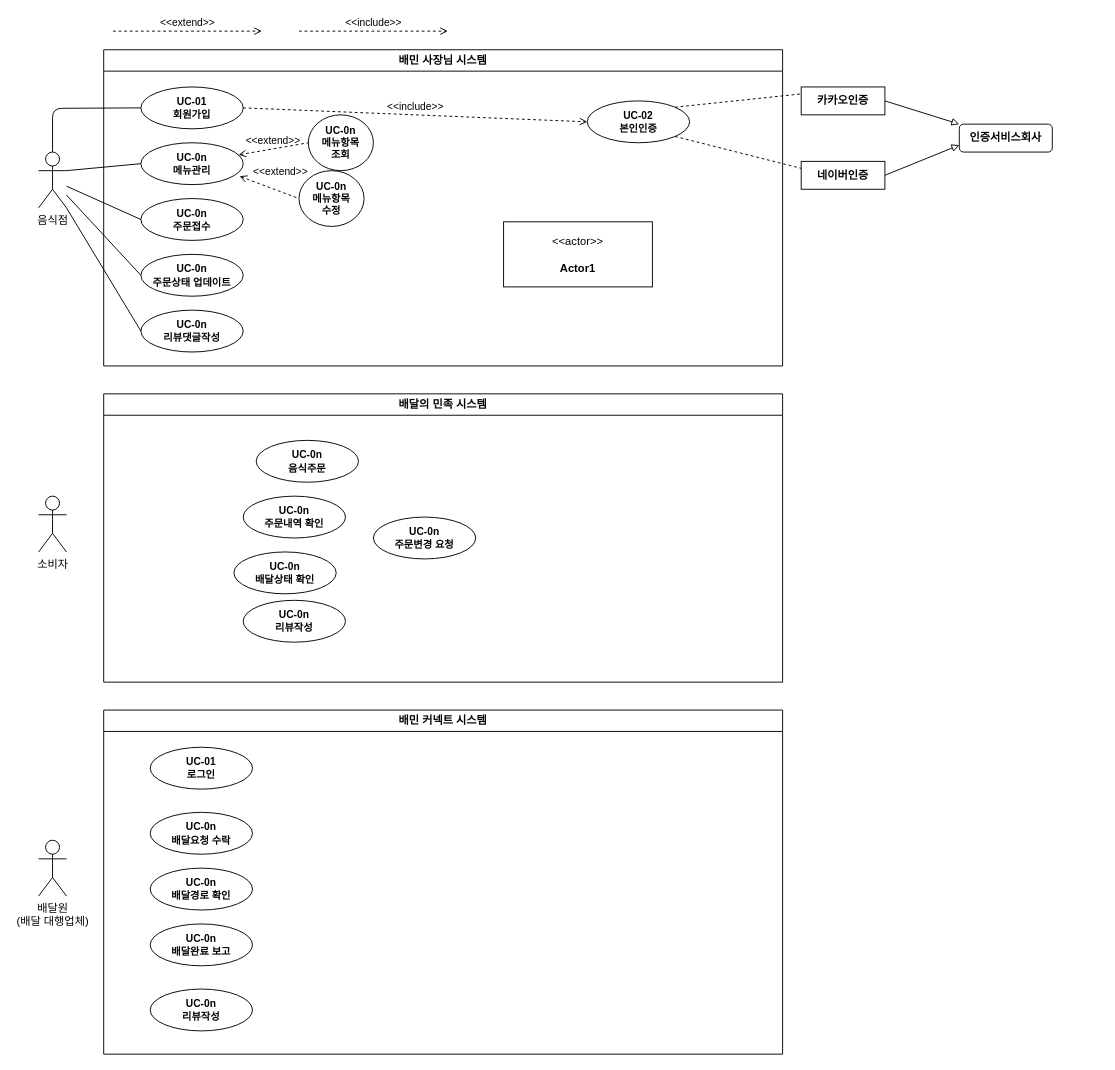
The draw.io diagram 소웨공 기말.drawio in hyun10144/Lecture3-1, before the edit. Source tidied: cells renumbered, new cells numbered last; positions are measured from the earlier drawing's top-left corner, leaving out a move shared by most shapes. Both pictures are drawn from the tidied source at 93%, with x=0, y=0 at pixel (38, 31).
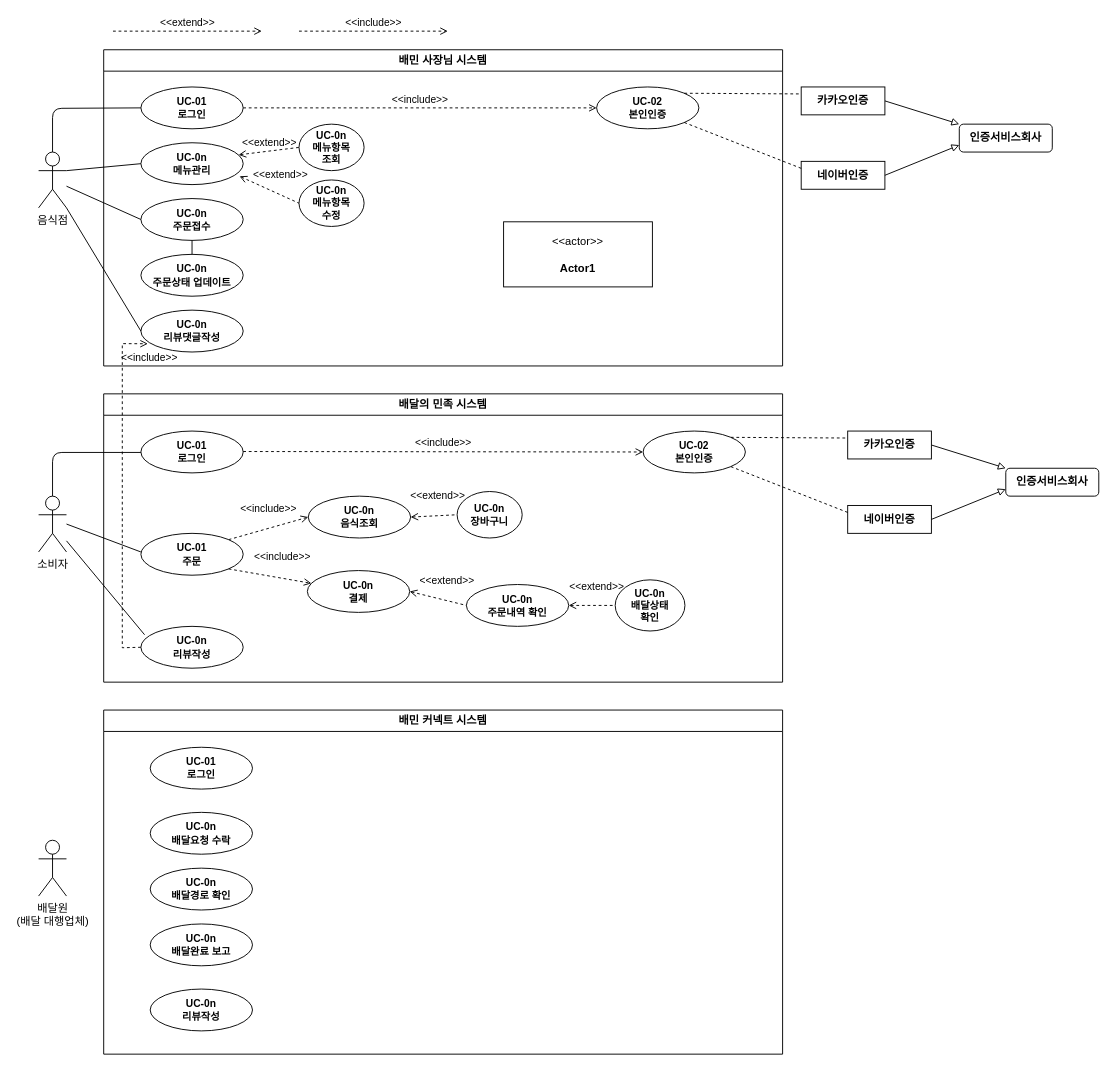
After the change.

Commit message (it also covers changes not shown here):
소웨공 기말.drawio 업데이트

The change refers to these unchanged cells:
```xml
<mxCell id="2" value="배민 사장님 시스템" style="swimlane;whiteSpace=wrap;html=1;" parent="1" vertex="1">
  <mxGeometry x="70" y="20" width="730" height="340" as="geometry" />
</mxCell>
<mxCell id="5" value="&lt;div&gt;&lt;b&gt;UC-0n&lt;/b&gt;&lt;/div&gt;&lt;b&gt;주문접수&lt;/b&gt;" style="ellipse;whiteSpace=wrap;html=1;fontFamily=Helvetica;fontSize=11;fontColor=default;labelBackgroundColor=default;" parent="2" vertex="1">
  <mxGeometry x="40" y="160" width="110" height="45" as="geometry" />
</mxCell>
<mxCell id="6" value="&lt;div&gt;&lt;b&gt;UC-0n&lt;/b&gt;&lt;/div&gt;&lt;b&gt;주문상태 업데이트&lt;/b&gt;" style="ellipse;whiteSpace=wrap;html=1;fontFamily=Helvetica;fontSize=11;fontColor=default;labelBackgroundColor=default;" parent="2" vertex="1">
  <mxGeometry x="40" y="220" width="110" height="45" as="geometry" />
</mxCell>
<mxCell id="8" value="&lt;div&gt;&lt;b&gt;UC-0n&lt;/b&gt;&lt;/div&gt;&lt;b&gt;리뷰댓글작성&lt;/b&gt;" style="ellipse;whiteSpace=wrap;html=1;fontFamily=Helvetica;fontSize=11;fontColor=default;labelBackgroundColor=default;" parent="2" vertex="1">
  <mxGeometry x="40" y="280" width="110" height="45" as="geometry" />
</mxCell>
<mxCell id="15" value="소비자" style="shape=umlActor;verticalLabelPosition=bottom;verticalAlign=top;html=1;outlineConnect=0;" parent="1" vertex="1">
  <mxGeometry y="500" width="30" height="60" as="geometry" />
</mxCell>
<mxCell id="17" value="음식점" style="shape=umlActor;verticalLabelPosition=bottom;verticalAlign=top;html=1;outlineConnect=0;" parent="1" vertex="1">
  <mxGeometry y="130" width="30" height="60" as="geometry" />
</mxCell>
<mxCell id="33" value="배달의 민족 시스템" style="swimlane;whiteSpace=wrap;html=1;" parent="1" vertex="1">
  <mxGeometry x="70" y="390" width="730" height="310" as="geometry" />
</mxCell>
```

Change to the diagram source:
```diff
@@
-    <mxCell id="3" value="&lt;div&gt;UC-01&lt;/div&gt;회원가입" style="ellipse;whiteSpace=wrap;html=1;fontFamily=Helvetica;fontSize=11;fontColor=default;labelBackgroundColor=default;fontStyle=1;" parent="2" vertex="1">
+    <mxCell id="3" value="&lt;div&gt;UC-01&lt;/div&gt;로그인" style="ellipse;whiteSpace=wrap;html=1;fontFamily=Helvetica;fontSize=11;fontColor=default;labelBackgroundColor=default;fontStyle=1;" parent="2" vertex="1">
       <mxGeometry x="40" y="40" width="110" height="45" as="geometry" />
     </mxCell>
@@
     <mxCell id="7" value="&lt;div&gt;&lt;b&gt;UC-02&lt;/b&gt;&lt;/div&gt;&lt;b&gt;본인인증&lt;/b&gt;" style="ellipse;whiteSpace=wrap;html=1;fontFamily=Helvetica;fontSize=11;fontColor=default;labelBackgroundColor=default;" parent="2" vertex="1">
-      <mxGeometry x="520" y="55" width="110" height="45" as="geometry" />
+      <mxGeometry x="530" y="40" width="110" height="45" as="geometry" />
     </mxCell>
@@
     <mxCell id="11" value="&lt;div&gt;&lt;b&gt;UC-0n&lt;/b&gt;&lt;/div&gt;&lt;b&gt;메뉴항목&lt;/b&gt;&lt;div&gt;&lt;b&gt;조회&lt;/b&gt;&lt;/div&gt;" style="ellipse;whiteSpace=wrap;html=1;fontFamily=Helvetica;fontSize=11;fontColor=default;labelBackgroundColor=default;" parent="2" vertex="1">
-      <mxGeometry x="220" y="70" width="70" height="60" as="geometry" />
+      <mxGeometry x="210" y="80" width="70" height="50" as="geometry" />
     </mxCell>
@@
     <mxCell id="13" value="&lt;div&gt;&lt;b&gt;UC-0n&lt;/b&gt;&lt;/div&gt;&lt;b&gt;메뉴항목&lt;/b&gt;&lt;div&gt;&lt;b&gt;수정&lt;/b&gt;&lt;/div&gt;" style="ellipse;whiteSpace=wrap;html=1;fontFamily=Helvetica;fontSize=11;fontColor=default;labelBackgroundColor=default;" parent="2" vertex="1">
-      <mxGeometry x="210" y="130" width="70" height="60" as="geometry" />
+      <mxGeometry x="210" y="140" width="70" height="50" as="geometry" />
     </mxCell>
@@
+    <mxCell id="40" style="endArrow=none;html=1;rounded=0;entryX=0.5;entryY=0;entryDx=0;entryDy=0;endFill=0;exitX=0.5;exitY=1;exitDx=0;exitDy=0;" parent="2" edge="1" source="5" target="6">
+      <mxGeometry relative="1" as="geometry" />
+    </mxCell>
@@
-    <mxCell id="34" value="&lt;div&gt;&lt;b&gt;UC-0n&lt;/b&gt;&lt;/div&gt;&lt;b&gt;음식주문&lt;/b&gt;" style="ellipse;whiteSpace=wrap;html=1;fontFamily=Helvetica;fontSize=11;fontColor=default;labelBackgroundColor=default;" parent="33" vertex="1">
-      <mxGeometry x="164" y="50" width="110" height="45" as="geometry" />
+    <mxCell id="34" value="&lt;div&gt;&lt;b&gt;UC-0n&lt;/b&gt;&lt;/div&gt;&lt;b&gt;음식조회&lt;/b&gt;" style="ellipse;whiteSpace=wrap;html=1;fontFamily=Helvetica;fontSize=11;fontColor=default;labelBackgroundColor=default;" parent="33" vertex="1">
+      <mxGeometry x="220" y="110" width="110" height="45" as="geometry" />
     </mxCell>
     <mxCell id="35" value="&lt;div&gt;&lt;b&gt;UC-0n&lt;/b&gt;&lt;/div&gt;&lt;b&gt;주문내역 확인&lt;/b&gt;" style="ellipse;whiteSpace=wrap;html=1;fontFamily=Helvetica;fontSize=11;fontColor=default;labelBackgroundColor=default;" parent="33" vertex="1">
-      <mxGeometry x="150" y="110" width="110" height="45" as="geometry" />
+      <mxGeometry x="390" y="205" width="110" height="45" as="geometry" />
     </mxCell>
-    <mxCell id="36" value="&lt;div&gt;&lt;b&gt;UC-0n&lt;/b&gt;&lt;/div&gt;&lt;b&gt;배달상태 확인&lt;/b&gt;" style="ellipse;whiteSpace=wrap;html=1;fontFamily=Helvetica;fontSize=11;fontColor=default;labelBackgroundColor=default;" parent="33" vertex="1">
-      <mxGeometry x="140" y="170" width="110" height="45" as="geometry" />
+    <mxCell id="36" value="&lt;div&gt;&lt;b&gt;UC-0n&lt;/b&gt;&lt;/div&gt;&lt;b&gt;배달상태&lt;/b&gt;&lt;div&gt;&lt;b&gt;확인&lt;/b&gt;&lt;/div&gt;" style="ellipse;whiteSpace=wrap;html=1;fontFamily=Helvetica;fontSize=11;fontColor=default;labelBackgroundColor=default;" parent="33" vertex="1">
+      <mxGeometry x="550" y="200" width="75" height="55" as="geometry" />
     </mxCell>
-    <mxCell id="37" value="&lt;div&gt;&lt;b&gt;UC-0n&lt;/b&gt;&lt;/div&gt;&lt;b&gt;주문변경 요청&lt;/b&gt;" style="ellipse;whiteSpace=wrap;html=1;fontFamily=Helvetica;fontSize=11;fontColor=default;labelBackgroundColor=default;" parent="33" vertex="1">
-      <mxGeometry x="290" y="132.5" width="110" height="45" as="geometry" />
-    </mxCell>
     <mxCell id="38" value="&lt;div&gt;&lt;b&gt;UC-0n&lt;/b&gt;&lt;/div&gt;&lt;b&gt;리뷰작성&lt;/b&gt;" style="ellipse;whiteSpace=wrap;html=1;fontFamily=Helvetica;fontSize=11;fontColor=default;labelBackgroundColor=default;" parent="33" vertex="1">
-      <mxGeometry x="150" y="222" width="110" height="45" as="geometry" />
+      <mxGeometry x="40" y="250" width="110" height="45" as="geometry" />
     </mxCell>
+    <mxCell id="44" value="&lt;div&gt;UC-01&lt;/div&gt;로그인" style="ellipse;whiteSpace=wrap;html=1;fontFamily=Helvetica;fontSize=11;fontColor=default;labelBackgroundColor=default;fontStyle=1;" parent="33" vertex="1">
+      <mxGeometry x="40" y="40" width="110" height="45" as="geometry" />
+    </mxCell>
+    <mxCell id="45" value="&amp;lt;&amp;lt;include&amp;gt;&amp;gt;" style="html=1;verticalAlign=bottom;labelBackgroundColor=none;endArrow=open;endFill=0;dashed=1;rounded=0;entryX=0;entryY=0.5;entryDx=0;entryDy=0;exitX=1;exitY=0.5;exitDx=0;exitDy=0;" parent="33" edge="1" target="55">
+      <mxGeometry relative="1" as="geometry">
+        <mxPoint x="150" y="62" as="sourcePoint" />
+      </mxGeometry>
+    </mxCell>
+    <mxCell id="46" value="&lt;div&gt;&lt;b&gt;UC-0n&lt;/b&gt;&lt;/div&gt;&lt;b&gt;장바구니&lt;/b&gt;" style="ellipse;whiteSpace=wrap;html=1;fontFamily=Helvetica;fontSize=11;fontColor=default;labelBackgroundColor=default;" parent="33" vertex="1">
+      <mxGeometry x="380" y="105" width="70" height="50" as="geometry" />
+    </mxCell>
+    <mxCell id="47" value="&amp;lt;&amp;lt;extend&amp;gt;&amp;gt;" style="html=1;verticalAlign=bottom;labelBackgroundColor=none;endArrow=none;endFill=0;dashed=1;rounded=0;entryX=0;entryY=0.5;entryDx=0;entryDy=0;startArrow=open;startFill=0;exitX=1;exitY=0.5;exitDx=0;exitDy=0;" parent="33" edge="1" source="34" target="46">
+      <mxGeometry x="0.25" y="12" relative="1" as="geometry">
+        <mxPoint x="-1" as="offset" />
+      </mxGeometry>
+    </mxCell>
+    <mxCell id="48" value="&amp;lt;&amp;lt;extend&amp;gt;&amp;gt;" style="html=1;verticalAlign=bottom;labelBackgroundColor=none;endArrow=none;endFill=0;dashed=1;rounded=0;entryX=0;entryY=0.5;entryDx=0;entryDy=0;startArrow=open;startFill=0;exitX=1;exitY=0.5;exitDx=0;exitDy=0;" parent="33" edge="1" source="35" target="36">
+      <mxGeometry x="0.25" y="12" relative="1" as="geometry">
+        <mxPoint x="-1" as="offset" />
+      </mxGeometry>
+    </mxCell>
+    <mxCell id="49" value="&lt;div&gt;&lt;b&gt;UC-0n&lt;/b&gt;&lt;/div&gt;&lt;b&gt;결제&lt;/b&gt;" style="ellipse;whiteSpace=wrap;html=1;fontFamily=Helvetica;fontSize=11;fontColor=default;labelBackgroundColor=default;" parent="33" vertex="1">
+      <mxGeometry x="219" y="190" width="110" height="45" as="geometry" />
+    </mxCell>
+    <mxCell id="50" value="&amp;lt;&amp;lt;include&amp;gt;&amp;gt;" style="html=1;verticalAlign=bottom;labelBackgroundColor=none;endArrow=open;endFill=0;dashed=1;rounded=0;exitX=1;exitY=0;exitDx=0;exitDy=0;entryX=0;entryY=0.5;entryDx=0;entryDy=0;" parent="33" edge="1" source="51" target="34">
+      <mxGeometry x="0.06" y="11" relative="1" as="geometry" />
+    </mxCell>
+    <mxCell id="51" value="&lt;div&gt;UC-01&lt;/div&gt;&lt;div&gt;주문&lt;/div&gt;" style="ellipse;whiteSpace=wrap;html=1;fontFamily=Helvetica;fontSize=11;fontColor=default;labelBackgroundColor=default;fontStyle=1;" parent="33" vertex="1">
+      <mxGeometry x="40" y="150" width="110" height="45" as="geometry" />
+    </mxCell>
+    <mxCell id="52" value="&amp;lt;&amp;lt;include&amp;gt;&amp;gt;" style="html=1;verticalAlign=bottom;labelBackgroundColor=none;endArrow=open;endFill=0;dashed=1;rounded=0;exitX=1;exitY=1;exitDx=0;exitDy=0;" parent="33" edge="1" source="51" target="49">
+      <mxGeometry x="0.24" y="14" relative="1" as="geometry" />
+    </mxCell>
+    <mxCell id="53" value="&amp;lt;&amp;lt;extend&amp;gt;&amp;gt;" style="html=1;verticalAlign=bottom;labelBackgroundColor=none;endArrow=none;endFill=0;dashed=1;rounded=0;entryX=0;entryY=0.5;entryDx=0;entryDy=0;startArrow=open;startFill=0;exitX=1;exitY=0.5;exitDx=0;exitDy=0;" parent="33" edge="1" source="49" target="35">
+      <mxGeometry x="0.25" y="12" relative="1" as="geometry">
+        <mxPoint x="-1" as="offset" />
+      </mxGeometry>
+    </mxCell>
@@
-    <mxCell id="40" style="endArrow=none;html=1;rounded=0;entryX=0;entryY=0.5;entryDx=0;entryDy=0;endFill=0;" parent="1" edge="1" source="17" target="6">
-      <mxGeometry relative="1" as="geometry" />
-    </mxCell>
@@
+    <mxCell id="54" style="endArrow=none;html=1;rounded=1;exitX=0.5;exitY=0;exitDx=0;exitDy=0;entryX=0;entryY=0.5;entryDx=0;entryDy=0;exitPerimeter=0;curved=0;endFill=0;" parent="1" edge="1">
+      <mxGeometry relative="1" as="geometry">
+        <mxPoint x="15" y="500" as="sourcePoint" />
+        <mxPoint x="110" y="453" as="targetPoint" />
+        <Array as="points">
+          <mxPoint x="15" y="453" />
+        </Array>
+      </mxGeometry>
+    </mxCell>
+    <mxCell id="55" value="&lt;div&gt;&lt;b&gt;UC-02&lt;/b&gt;&lt;/div&gt;&lt;b&gt;본인인증&lt;/b&gt;" style="ellipse;whiteSpace=wrap;html=1;fontFamily=Helvetica;fontSize=11;fontColor=default;labelBackgroundColor=default;" parent="1" vertex="1">
+      <mxGeometry x="650" y="430" width="110" height="45" as="geometry" />
+    </mxCell>
+    <mxCell id="56" value="&lt;b&gt;인증서비스회사&lt;/b&gt;" style="rounded=1;whiteSpace=wrap;html=1;" parent="1" vertex="1">
+      <mxGeometry x="1040" y="470" width="100" height="30" as="geometry" />
+    </mxCell>
+    <mxCell id="57" value="&lt;b&gt;네이버인증&lt;/b&gt;" style="rounded=0;whiteSpace=wrap;html=1;" parent="1" vertex="1">
+      <mxGeometry x="870" y="510" width="90" height="30" as="geometry" />
+    </mxCell>
+    <mxCell id="58" style="rounded=0;jettySize=auto;html=1;exitX=1;exitY=0.5;exitDx=0;exitDy=0;endArrow=block;endFill=0;curved=0;strokeWidth=1;entryX=0;entryY=0;entryDx=0;entryDy=0;" parent="1" edge="1" source="59" target="56">
+      <mxGeometry relative="1" as="geometry" />
+    </mxCell>
+    <mxCell id="59" value="&lt;b&gt;카카오인증&lt;/b&gt;" style="rounded=0;whiteSpace=wrap;html=1;" parent="1" vertex="1">
+      <mxGeometry x="870" y="430" width="90" height="30" as="geometry" />
+    </mxCell>
+    <mxCell id="60" style="rounded=0;jettySize=auto;html=1;exitX=1;exitY=0.5;exitDx=0;exitDy=0;endArrow=block;endFill=0;curved=0;strokeWidth=1;entryX=0;entryY=0.75;entryDx=0;entryDy=0;" parent="1" edge="1" source="57" target="56">
+      <mxGeometry relative="1" as="geometry" />
+    </mxCell>
+    <mxCell id="61" style="endArrow=none;dashed=1;html=1;rounded=0;exitX=1;exitY=0;exitDx=0;exitDy=0;entryX=0;entryY=0.25;entryDx=0;entryDy=0;" parent="1" edge="1" source="55" target="59">
+      <mxGeometry relative="1" as="geometry" />
+    </mxCell>
+    <mxCell id="62" style="endArrow=none;dashed=1;html=1;rounded=0;exitX=1;exitY=1;exitDx=0;exitDy=0;entryX=0;entryY=0.25;entryDx=0;entryDy=0;" parent="1" edge="1" source="55" target="57">
+      <mxGeometry relative="1" as="geometry" />
+    </mxCell>
+    <mxCell id="63" value="&amp;lt;&amp;lt;include&amp;gt;&amp;gt;" style="html=1;verticalAlign=bottom;labelBackgroundColor=none;endArrow=open;endFill=0;dashed=1;rounded=0;exitX=0;exitY=0.5;exitDx=0;exitDy=0;entryX=0.068;entryY=0.803;entryDx=0;entryDy=0;entryPerimeter=0;" parent="1" edge="1" source="38" target="8">
+      <mxGeometry x="1" y="-24" relative="1" as="geometry">
+        <Array as="points">
+          <mxPoint x="90" y="663" />
+          <mxPoint x="90" y="336" />
+        </Array>
+        <mxPoint x="2" as="offset" />
+      </mxGeometry>
+    </mxCell>
+    <mxCell id="64" style="endArrow=none;html=1;rounded=0;endFill=0;" parent="1" edge="1">
+      <mxGeometry relative="1" as="geometry">
+        <mxPoint x="30" y="530" as="sourcePoint" />
+        <mxPoint x="110" y="560" as="targetPoint" />
+      </mxGeometry>
+    </mxCell>
+    <mxCell id="65" style="endArrow=none;html=1;rounded=0;endFill=0;entryX=0.036;entryY=0.2;entryDx=0;entryDy=0;entryPerimeter=0;" parent="1" edge="1" source="15" target="38">
+      <mxGeometry relative="1" as="geometry" />
+    </mxCell>
```
